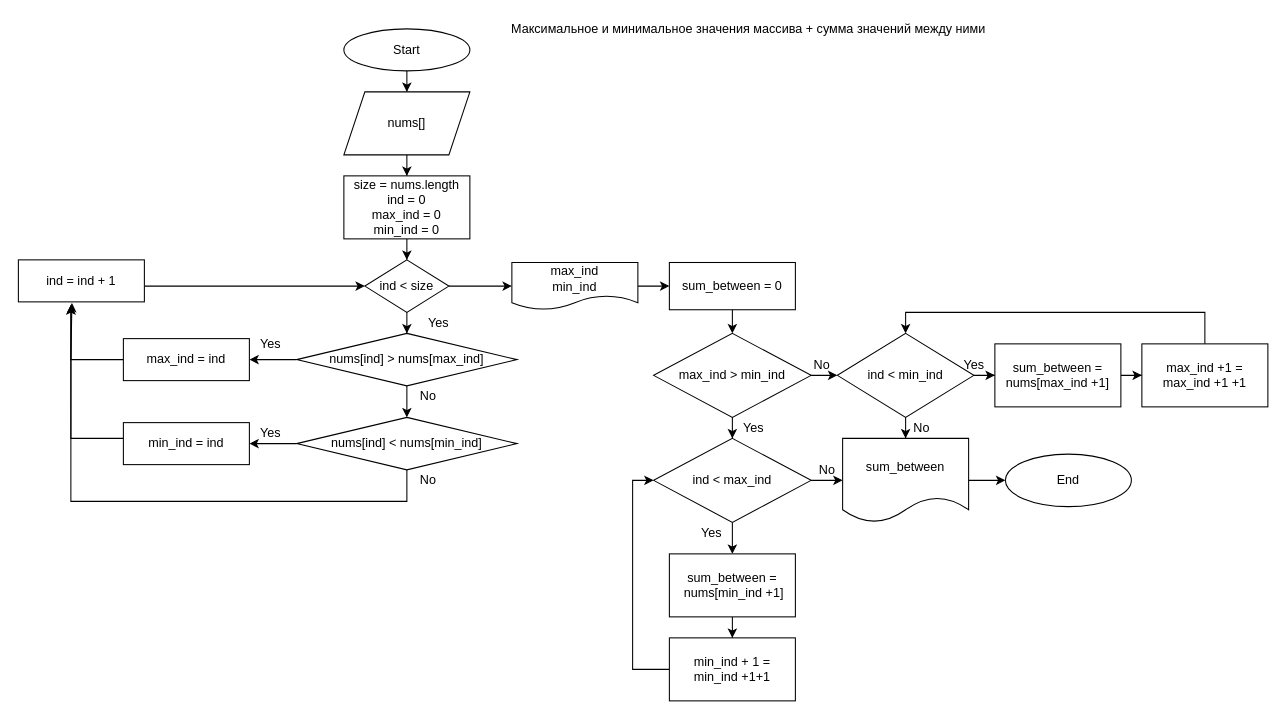
Earlier version of the draw.io diagram page "between max и min" (3 of 5) of diagrams/Семинар 2 - массивы.drawio (BayramoV88/study). Source tidied: cells renumbered, new cells numbered last; positions are measured from the earlier drawing's top-left corner, leaving out a move shared by most shapes. Both pictures are drawn from the tidied source at 105%, with x=0, y=0 at pixel (18, 18).
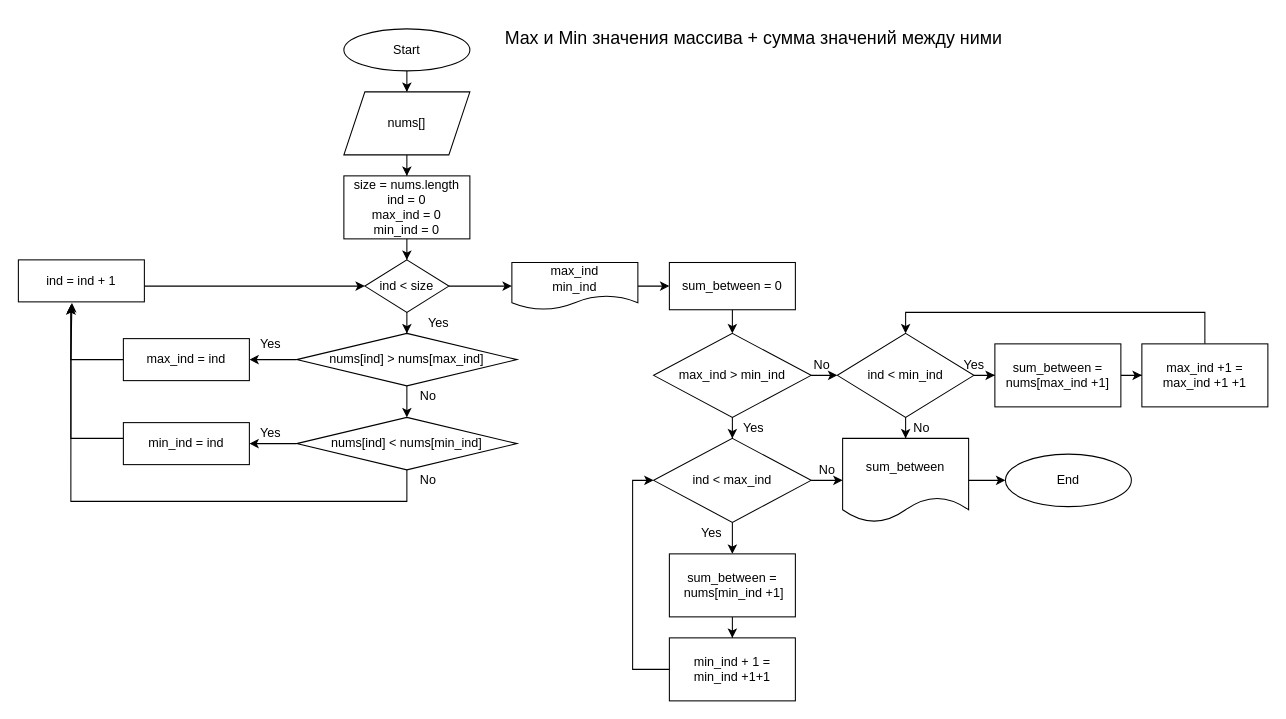
The same diagram, later.

What changed in the source:
```diff
@@
-    <mxCell id="8" value="Максимальное и минимальное значения массива + сумма значений между ними" style="text;html=1;align=center;verticalAlign=middle;strokeColor=none;fillColor=none;" parent="1" vertex="1">
-      <mxGeometry x="460" width="470" height="20" as="geometry" />
+    <mxCell id="8" value="&lt;font style=&quot;font-size: 17px;&quot;&gt;Max и Min значения массива + сумма значений между ними&lt;/font&gt;" style="text;html=1;align=center;verticalAlign=middle;strokeColor=none;fillColor=none;" parent="1" vertex="1">
+      <mxGeometry x="455" y="10" width="490" height="20" as="geometry" />
     </mxCell>
```
